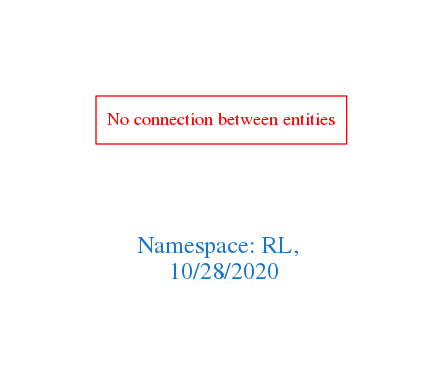
Earlier version of the Graphviz export downloads/RL.png (arago/OGIT). Its source is kept beside it as downloads/RL.dot.
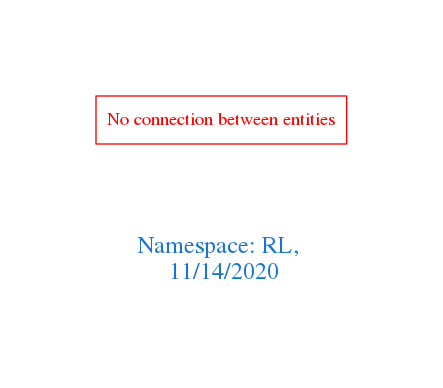
The same file after the commit.

The edit, as a diff of the source:
```diff
@@ -1,7 +1,7 @@
 digraph OGIT_ontology {
  graph [ rankdir= LR,pad=1
 fontsize = 18,
-fontcolor= dodgerblue3,label = "\n\n\nNamespace: RL, \n 10/28/2020"];
+fontcolor= dodgerblue3,label = "\n\n\nNamespace: RL, \n 11/14/2020"];
 node[shape=polygon];
 edge [  color="gray81"];
 
```
